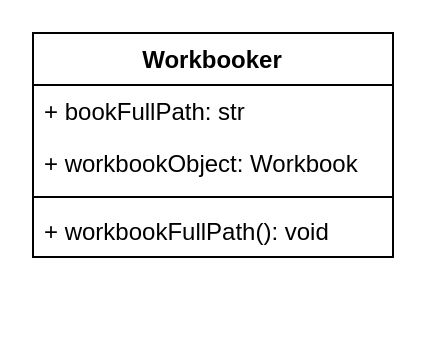
Before: page "Workbooker" (8 of 10) of Master UML For VBA Class.drawio in Youjwxyz/VBA_Library, a draw.io diagram. Source tidied: cells renumbered, new cells numbered last; positions are measured from the earlier drawing's top-left corner, leaving out a move shared by most shapes. Both pictures are drawn from the tidied source at 200%, with x=0, y=0 at pixel (32, 32).
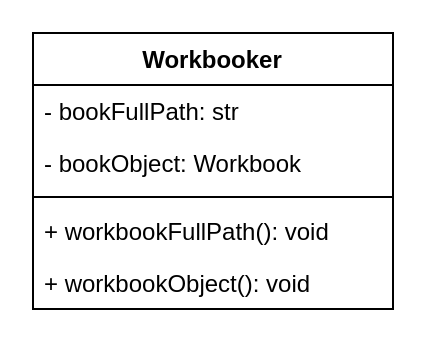
The same diagram, later.

The edit, as a diff of the source:
```diff
@@
 <mxGraphModel>
   <root>
     <mxCell id="0" />
     <mxCell id="1" parent="0" />
     <mxCell id="2" value="Workbooker" style="swimlane;fontStyle=1;align=center;verticalAlign=top;horizontal=1;startSize=26;" parent="1" vertex="1">
-      <mxGeometry width="180" height="112" as="geometry" />
+      <mxGeometry width="180" height="138" as="geometry" />
     </mxCell>
-    <mxCell id="3" value="+ bookFullPath: str" style="text;strokeColor=none;fillColor=none;align=left;verticalAlign=top;spacingLeft=4;spacingRight=4;overflow=hidden;" parent="2" vertex="1">
+    <mxCell id="3" value="- bookFullPath: str" style="text;strokeColor=none;fillColor=none;align=left;verticalAlign=top;spacingLeft=4;spacingRight=4;overflow=hidden;" parent="2" vertex="1">
       <mxGeometry y="26" width="180" height="26" as="geometry" />
     </mxCell>
-    <mxCell id="4" value="+ workbookObject: Workbook" style="text;strokeColor=none;fillColor=none;align=left;verticalAlign=top;spacingLeft=4;spacingRight=4;overflow=hidden;" parent="2" vertex="1">
+    <mxCell id="4" value="- bookObject: Workbook" style="text;strokeColor=none;fillColor=none;align=left;verticalAlign=top;spacingLeft=4;spacingRight=4;overflow=hidden;" parent="2" vertex="1">
       <mxGeometry y="52" width="180" height="26" as="geometry" />
     </mxCell>
     <mxCell id="5" style="line;strokeWidth=1;fillColor=none;align=left;verticalAlign=middle;spacingTop=-1;spacingLeft=3;spacingRight=3;labelPosition=right;" parent="2" vertex="1">
       <mxGeometry y="78" width="180" height="8" as="geometry" />
     </mxCell>
     <mxCell id="6" value="+ workbookFullPath(): void" style="text;strokeColor=none;fillColor=none;align=left;verticalAlign=top;spacingLeft=4;spacingRight=4;overflow=hidden;" parent="2" vertex="1">
       <mxGeometry y="86" width="180" height="26" as="geometry" />
     </mxCell>
+    <mxCell id="7" value="+ workbookObject(): void " style="text;strokeColor=none;fillColor=none;align=left;verticalAlign=top;spacingLeft=4;spacingRight=4;overflow=hidden;" parent="2" vertex="1">
+      <mxGeometry y="112" width="180" height="26" as="geometry" />
+    </mxCell>
   </root>
 </mxGraphModel>
```
